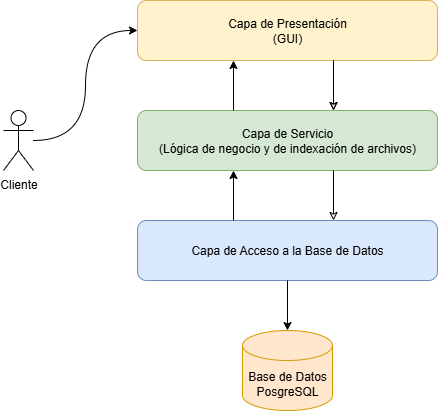
Earlier version of the draw.io export Documentación/Diagramas/Diagrama_Arquitectura.png (Mauro-Suesca/KoolFileIndexer). Source tidied: cells renumbered, new cells last; positions are measured from the earlier drawing's top-left corner, leaving out a move shared by most shapes.
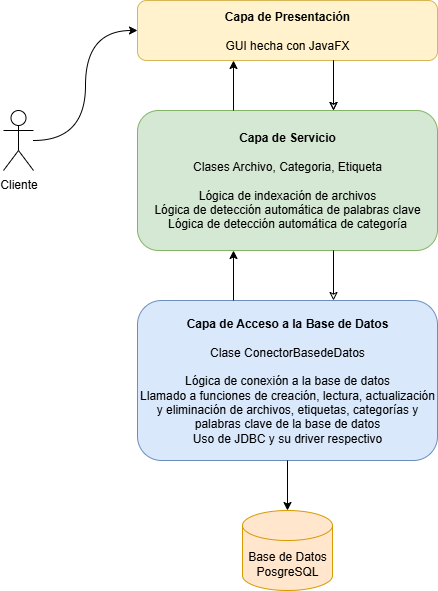
Above is the later version.

Commit message:
[Diagrama_Arquitectura.png] Se actualizó el diagrama de la arquitectura para ser más específico en las capas, como especificó el profesor

The edit, as a diff of the source:
```diff
@@ -2,14 +2,14 @@
   <root>
     <mxCell id="0" />
     <mxCell id="1" parent="0" />
-    <mxCell id="2" value="Capa de Presentación&lt;div&gt;(GUI)&lt;/div&gt;" style="rounded=1;whiteSpace=wrap;html=1;fillColor=#fff2cc;strokeColor=#d6b656;" parent="1" vertex="1">
+    <mxCell id="2" value="&lt;b&gt;Capa de Presentación&lt;/b&gt;&lt;div&gt;&lt;b&gt;&lt;br&gt;&lt;/b&gt;&lt;div&gt;&lt;span style=&quot;background-color: transparent; color: light-dark(rgb(0, 0, 0), rgb(255, 255, 255));&quot;&gt;GUI hecha con JavaFX&lt;/span&gt;&lt;/div&gt;&lt;/div&gt;" style="rounded=1;whiteSpace=wrap;html=1;fillColor=#fff2cc;strokeColor=#d6b656;" parent="1" vertex="1">
       <mxGeometry x="134" width="300" height="60" as="geometry" />
     </mxCell>
-    <mxCell id="3" value="Capa de Servicio&lt;div&gt;(Lógica de negocio y de indexación de archivos)&lt;/div&gt;" style="rounded=1;whiteSpace=wrap;html=1;fillColor=#d5e8d4;strokeColor=#82b366;" parent="1" vertex="1">
-      <mxGeometry x="134" y="110" width="300" height="60" as="geometry" />
+    <mxCell id="3" value="&lt;b&gt;Capa de Servicio&lt;/b&gt;&lt;br&gt;&lt;br&gt;&lt;div&gt;Clases Archivo, Categoria, Etiqueta&lt;br&gt;&lt;br&gt;Lógica de indexación de archivos&lt;/div&gt;&lt;div&gt;Lógica de detección automática de palabras clave&lt;br&gt;Lógica de detección automática de categoría&lt;/div&gt;" style="rounded=1;whiteSpace=wrap;html=1;fillColor=#d5e8d4;strokeColor=#82b366;" parent="1" vertex="1">
+      <mxGeometry x="134" y="110" width="300" height="140" as="geometry" />
     </mxCell>
-    <mxCell id="4" value="Capa de Acceso a la&amp;nbsp;&lt;span style=&quot;background-color: transparent; color: light-dark(rgb(0, 0, 0), rgb(255, 255, 255));&quot;&gt;Base de Datos&lt;/span&gt;" style="rounded=1;whiteSpace=wrap;html=1;fillColor=#dae8fc;strokeColor=#6c8ebf;" parent="1" vertex="1">
-      <mxGeometry x="134" y="220" width="300" height="60" as="geometry" />
+    <mxCell id="4" value="&lt;b&gt;Capa de Acceso a la&amp;nbsp;&lt;span style=&quot;background-color: transparent; color: light-dark(rgb(0, 0, 0), rgb(255, 255, 255));&quot;&gt;Base de Datos&lt;/span&gt;&lt;/b&gt;&lt;div&gt;&lt;span style=&quot;background-color: transparent; color: light-dark(rgb(0, 0, 0), rgb(255, 255, 255));&quot;&gt;&lt;br&gt;&lt;/span&gt;&lt;/div&gt;&lt;div&gt;&lt;span style=&quot;background-color: transparent; color: light-dark(rgb(0, 0, 0), rgb(255, 255, 255));&quot;&gt;Clase ConectorBasedeDatos&lt;/span&gt;&lt;/div&gt;&lt;div&gt;&lt;span style=&quot;background-color: transparent; color: light-dark(rgb(0, 0, 0), rgb(255, 255, 255));&quot;&gt;&lt;br&gt;&lt;/span&gt;&lt;/div&gt;&lt;div&gt;Lógica de conexión a la base de datos&lt;/div&gt;&lt;div&gt;Llamado a funciones de creación, lectura, actualización y eliminación de archivos, etiquetas, categorías y palabras clave de la base de datos&lt;br&gt;Uso de JDBC y su driver respectivo&lt;/div&gt;" style="rounded=1;whiteSpace=wrap;html=1;fillColor=#dae8fc;strokeColor=#6c8ebf;" parent="1" vertex="1">
+      <mxGeometry x="134" y="300" width="300" height="160" as="geometry" />
     </mxCell>
     <mxCell id="5" style="endArrow=classic;startArrow=none;html=1;rounded=0;entryX=0.5;entryY=1;entryDx=0;entryDy=0;exitX=0.5;exitY=0;exitDx=0;exitDy=0;startFill=0;" parent="1" edge="1">
       <mxGeometry relative="1" as="geometry">
@@ -25,8 +25,8 @@
     </mxCell>
     <mxCell id="7" style="endArrow=classic;startArrow=none;html=1;rounded=0;entryX=0.5;entryY=1;entryDx=0;entryDy=0;exitX=0.5;exitY=0;exitDx=0;exitDy=0;startFill=0;" parent="1" edge="1">
       <mxGeometry relative="1" as="geometry">
-        <mxPoint x="230" y="220" as="sourcePoint" />
-        <mxPoint x="230" y="170" as="targetPoint" />
+        <mxPoint x="230" y="300" as="sourcePoint" />
+        <mxPoint x="230" y="250" as="targetPoint" />
       </mxGeometry>
     </mxCell>
     <mxCell id="8" style="endArrow=none;startArrow=classic;html=1;rounded=0;entryX=0.5;entryY=1;entryDx=0;entryDy=0;exitX=0.5;exitY=0;exitDx=0;exitDy=0;startFill=0;" parent="1" edge="1">
@@ -37,8 +37,8 @@
     </mxCell>
     <mxCell id="9" style="endArrow=none;startArrow=classic;html=1;rounded=0;entryX=0.5;entryY=1;entryDx=0;entryDy=0;exitX=0.5;exitY=0;exitDx=0;exitDy=0;startFill=0;" parent="1" edge="1">
       <mxGeometry relative="1" as="geometry">
-        <mxPoint x="330" y="220" as="sourcePoint" />
-        <mxPoint x="330" y="170" as="targetPoint" />
+        <mxPoint x="330" y="300" as="sourcePoint" />
+        <mxPoint x="330" y="250" as="targetPoint" />
       </mxGeometry>
     </mxCell>
     <mxCell id="10" style="rounded=0;jettySize=auto;html=1;entryX=0;entryY=0.5;entryDx=0;entryDy=0;edgeStyle=orthogonalEdgeStyle;curved=1;" parent="1" edge="1" source="11" target="2">
@@ -48,10 +48,12 @@
       <mxGeometry y="110" width="30" height="60" as="geometry" />
     </mxCell>
     <mxCell id="12" value="Base de Datos PosgreSQL" style="shape=cylinder3;whiteSpace=wrap;html=1;boundedLbl=1;backgroundOutline=1;size=15;fillColor=#ffe6cc;strokeColor=#d79b00;" parent="1" vertex="1">
-      <mxGeometry x="239" y="330" width="90" height="80" as="geometry" />
+      <mxGeometry x="239" y="510" width="90" height="80" as="geometry" />
     </mxCell>
-    <mxCell id="13" style="endArrow=classic;html=1;rounded=0;exitX=0.5;exitY=1;exitDx=0;exitDy=0;entryX=0.5;entryY=0;entryDx=0;entryDy=0;entryPerimeter=0;" parent="1" edge="1" source="4" target="12">
-      <mxGeometry relative="1" as="geometry" />
+    <mxCell id="13" style="endArrow=classic;html=1;rounded=0;exitX=0.5;exitY=1;exitDx=0;exitDy=0;entryX=0.5;entryY=0;entryDx=0;entryDy=0;entryPerimeter=0;" parent="1" edge="1" target="12">
+      <mxGeometry relative="1" as="geometry">
+        <mxPoint x="284" y="460" as="sourcePoint" />
+      </mxGeometry>
     </mxCell>
   </root>
 </mxGraphModel>
```
